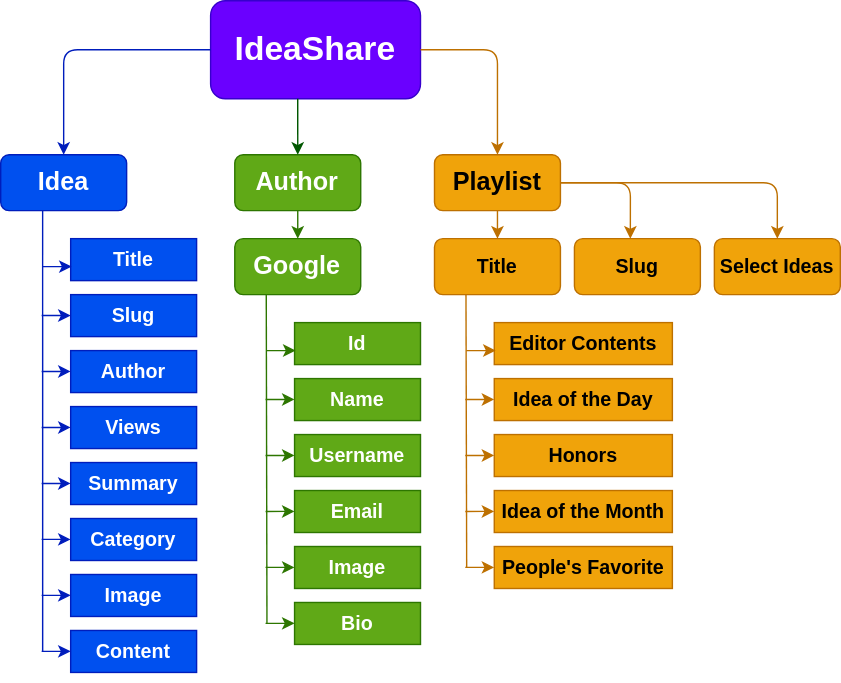
Before: docs/diagrams/db-structure.drawio.svg, a diagram exported from draw.io (mpohorenyi/next.js_v15_practice). Source tidied: cells renumbered, new cells last; positions are measured from the earlier drawing's top-left corner, leaving out a move shared by most shapes.
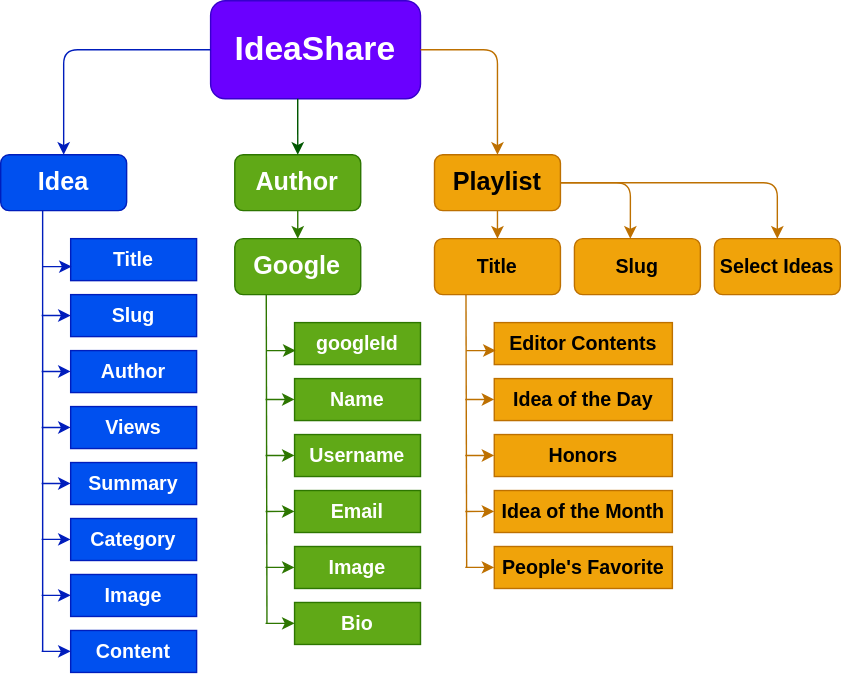
Later version of the same file.

Diff of the diagram source:
```diff
@@ -98,7 +98,7 @@
         <mxPoint x="190.3" y="445" as="targetPoint" />
       </mxGeometry>
     </mxCell>
-    <mxCell id="25" value="&lt;h3&gt;Id&lt;/h3&gt;" style="rounded=0;whiteSpace=wrap;html=1;fillColor=#60a917;fontColor=#ffffff;strokeColor=#2D7600;" parent="1" vertex="1">
+    <mxCell id="25" value="&lt;h3&gt;googleId&lt;/h3&gt;" style="rounded=0;whiteSpace=wrap;html=1;fillColor=#60a917;fontColor=#ffffff;strokeColor=#2D7600;" parent="1" vertex="1">
       <mxGeometry x="210" y="230" width="90" height="30" as="geometry" />
     </mxCell>
     <mxCell id="26" value="&lt;h3&gt;Name&lt;/h3&gt;" style="rounded=0;whiteSpace=wrap;html=1;fillColor=#60a917;fontColor=#ffffff;strokeColor=#2D7600;" parent="1" vertex="1">
```
